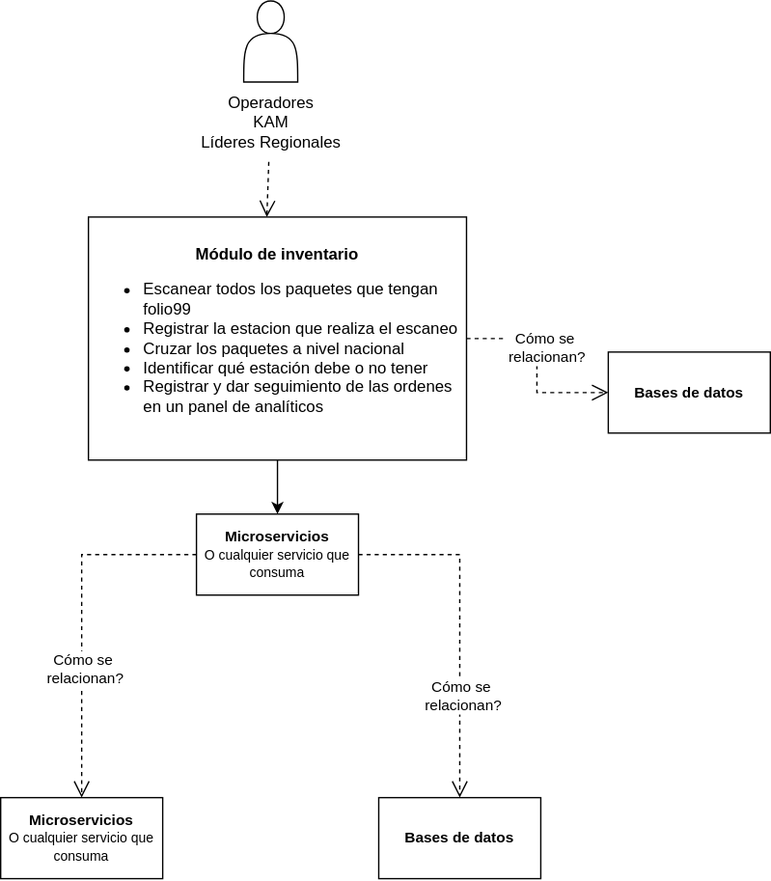
Above: Diagrama C2 Módulo de inventario.drawio.svg in dani99m/Diagramas (draw.io), before the change. Source tidied: cells renumbered, new cells last; positions are measured from the earlier drawing's top-left corner, leaving out a move shared by most shapes.
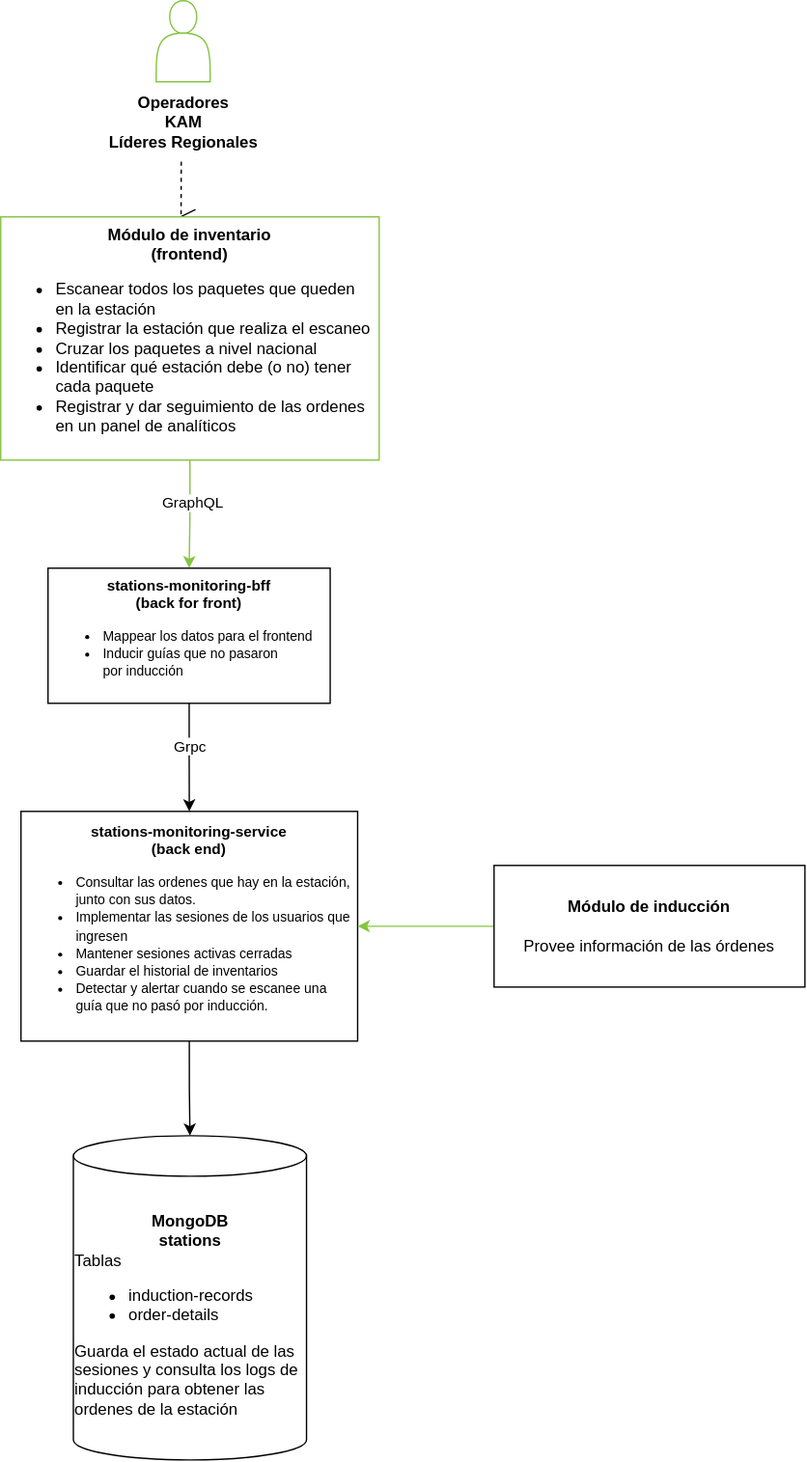
Later version of the same file.

Diff of the diagram source:
```diff
@@ -17,64 +17,44 @@
         <mxPoint x="197" y="160" as="targetPoint" />
       </mxGeometry>
     </mxCell>
-    <mxCell id="5" style="shape=actor;whiteSpace=wrap;html=1;" parent="1" vertex="1">
+    <mxCell id="5" style="shape=actor;whiteSpace=wrap;html=1;strokeColor=#85C440;" parent="1" vertex="1">
       <mxGeometry x="180" width="40" height="60" as="geometry" />
     </mxCell>
-    <mxCell id="6" value="Operadores&lt;br&gt;KAM&lt;br&gt;Líderes Regionales" style="text;html=1;align=center;verticalAlign=middle;points=[];strokeColor=none;fillColor=none;" parent="1" vertex="1">
+    <mxCell id="6" value="&lt;b&gt;Operadores&lt;br&gt;KAM&lt;br&gt;Líderes Regionales&lt;/b&gt;" style="text;html=1;align=center;verticalAlign=middle;points=[];strokeColor=none;fillColor=none;" parent="1" vertex="1">
       <mxGeometry x="135" y="60" width="130" height="60" as="geometry" />
     </mxCell>
-    <mxCell id="7" style="edgeStyle=orthogonalEdgeStyle;rounded=0;jettySize=auto;html=1;" parent="1" edge="1" source="8" target="10">
+    <mxCell id="7" style="edgeStyle=orthogonalEdgeStyle;rounded=0;jettySize=auto;html=1;strokeColor=#85C440;" parent="1" edge="1" source="8" target="10">
       <mxGeometry relative="1" as="geometry" />
     </mxCell>
+    <mxCell id="20" value="GraphQL" style="edgeLabel;html=1;align=center;verticalAlign=middle;" parent="7" vertex="1">
+      <mxGeometry x="-0.21" y="1" relative="1" as="geometry" />
+    </mxCell>
-    <mxCell id="8" value="&lt;font style=&quot;&quot;&gt;&lt;b style=&quot;font-size: 12px;&quot;&gt;Módulo de inventario&lt;/b&gt;&lt;br&gt;&lt;div style=&quot;text-align: left;&quot;&gt;&lt;ul&gt;&lt;li&gt;&lt;span style=&quot;font-size: 12px;&quot;&gt;Escanear todos los paquetes que tengan folio99&lt;/span&gt;&lt;/li&gt;&lt;li&gt;&lt;span style=&quot;font-size: 12px;&quot;&gt;Registrar la estacion que realiza el escaneo&lt;/span&gt;&lt;/li&gt;&lt;li&gt;&lt;span style=&quot;font-size: 12px;&quot;&gt;Cruzar los paquetes a nivel nacional&lt;/span&gt;&lt;/li&gt;&lt;li&gt;&lt;span style=&quot;font-size: 12px;&quot;&gt;Identificar qué estación debe o no tener&lt;/span&gt;&lt;/li&gt;&lt;li&gt;&lt;span style=&quot;font-size: 12px;&quot;&gt;Registrar y dar seguimiento de las ordenes en un panel de analíticos&lt;/span&gt;&lt;/li&gt;&lt;/ul&gt;&lt;/div&gt;&lt;/font&gt;" style="rounded=0;whiteSpace=wrap;html=1;" parent="1" vertex="1">
+    <mxCell id="8" value="&lt;font style=&quot;&quot;&gt;&lt;b style=&quot;font-size: 12px;&quot;&gt;Módulo de inventario &lt;br&gt;(frontend)&lt;/b&gt;&lt;br&gt;&lt;div style=&quot;text-align: left;&quot;&gt;&lt;ul&gt;&lt;li&gt;&lt;span style=&quot;font-size: 12px;&quot;&gt;Escanear todos los paquetes que queden en la estación&lt;/span&gt;&lt;/li&gt;&lt;li&gt;&lt;span style=&quot;font-size: 12px;&quot;&gt;Registrar la estación&amp;nbsp;que realiza el escaneo&lt;/span&gt;&lt;/li&gt;&lt;li&gt;&lt;span style=&quot;font-size: 12px;&quot;&gt;Cruzar los paquetes a nivel nacional&lt;/span&gt;&lt;/li&gt;&lt;li&gt;&lt;span style=&quot;font-size: 12px;&quot;&gt;Identificar qué estación debe (o no) tener cada paquete&lt;/span&gt;&lt;/li&gt;&lt;li&gt;&lt;span style=&quot;font-size: 12px;&quot;&gt;Registrar y dar seguimiento de las ordenes en un panel de analíticos&lt;/span&gt;&lt;/li&gt;&lt;/ul&gt;&lt;/div&gt;&lt;/font&gt;" style="rounded=0;whiteSpace=wrap;html=1;strokeColor=#85C440;" parent="1" vertex="1">
       <mxGeometry x="65" y="160" width="280" height="180" as="geometry" />
     </mxCell>
-    <mxCell id="9" value="&lt;b&gt;Bases de datos&lt;/b&gt;" style="rounded=0;whiteSpace=wrap;html=1;fontSize=11;" parent="1" vertex="1">
-      <mxGeometry x="450" y="260" width="120" height="60" as="geometry" />
-    </mxCell>
+    <mxCell id="21" style="edgeStyle=orthogonalEdgeStyle;rounded=0;jettySize=auto;html=1;entryX=0.5;entryY=0;entryDx=0;entryDy=0;" parent="1" edge="1" source="10" target="24">
+      <mxGeometry relative="1" as="geometry" />
+    </mxCell>
+    <mxCell id="22" value="Grpc" style="edgeLabel;html=1;align=center;verticalAlign=middle;" parent="21" vertex="1">
+      <mxGeometry x="-0.23" relative="1" as="geometry" />
+    </mxCell>
-    <mxCell id="10" value="&lt;b&gt;Microservicios&lt;/b&gt;&lt;br&gt;&lt;font style=&quot;font-size: 10px&quot;&gt;O cualquier servicio que consuma&lt;/font&gt;" style="rounded=0;whiteSpace=wrap;html=1;fontSize=11;" parent="1" vertex="1">
-      <mxGeometry x="145" y="380" width="120" height="60" as="geometry" />
+    <mxCell id="10" value="&lt;font style=&quot;&quot;&gt;&lt;b&gt;stations-monitoring-bff &lt;br&gt;(back for front)&lt;br&gt;&lt;/b&gt;&lt;div style=&quot;text-align: left;&quot;&gt;&lt;ul&gt;&lt;li&gt;&lt;span style=&quot;font-size: 10px;&quot;&gt;Mappear los datos para el frontend&lt;/span&gt;&lt;/li&gt;&lt;li&gt;&lt;span style=&quot;font-size: 10px;&quot;&gt;Inducir guías&amp;nbsp;que no pasaron por&amp;nbsp;inducción&lt;/span&gt;&lt;/li&gt;&lt;/ul&gt;&lt;/div&gt;&lt;/font&gt;" style="rounded=0;whiteSpace=wrap;html=1;fontSize=11;" parent="1" vertex="1">
+      <mxGeometry x="100" y="420" width="208.8" height="100" as="geometry" />
     </mxCell>
-    <mxCell id="11" style="rounded=0;html=1;dashed=1;labelBackgroundColor=none;startFill=0;endArrow=open;endFill=0;endSize=10;fontFamily=Verdana;fontSize=10;edgeStyle=elbowEdgeStyle;entryX=0;entryY=0.5;entryDx=0;entryDy=0;exitX=1;exitY=0.5;exitDx=0;exitDy=0;" parent="1" edge="1" source="8" target="9">
-      <mxGeometry relative="1" as="geometry" />
-    </mxCell>
-    <mxCell id="12" value="Cómo se&lt;br&gt;&amp;nbsp;relacionan?" style="edgeLabel;html=1;align=center;verticalAlign=middle;" parent="11" vertex="1">
-      <mxGeometry x="0.09" y="-2" relative="1" as="geometry">
-        <mxPoint x="7" y="-20" as="offset" />
-      </mxGeometry>
-    </mxCell>
-    <mxCell id="13" style="rounded=0;html=1;dashed=1;labelBackgroundColor=none;startFill=0;endArrow=open;endFill=0;endSize=10;fontFamily=Verdana;fontSize=10;edgeStyle=elbowEdgeStyle;exitX=0;exitY=0.5;exitDx=0;exitDy=0;entryX=0.5;entryY=0;entryDx=0;entryDy=0;" parent="1" edge="1" source="10" target="17">
-      <mxGeometry relative="1" as="geometry">
-        <Array as="points">
-          <mxPoint x="60" y="450" />
-        </Array>
-      </mxGeometry>
-    </mxCell>
-    <mxCell id="14" value="&lt;span style=&quot;color: rgba(0 , 0 , 0 , 0) ; font-family: monospace ; font-size: 0px ; background-color: rgb(248 , 249 , 250)&quot;&gt;%3CmxGraphModel%3E%3Croot%3E%3CmxCell%20id%3D%220%22%2F%3E%3CmxCell%20id%3D%221%22%20parent%3D%220%22%2F%3E%3CmxCell%20id%3D%222%22%20value%3D%22C%C3%B3mo%20se%26lt%3Bbr%26gt%3B%26amp%3Bnbsp%3Brelacionan%3F%22%20style%3D%22edgeLabel%3Bhtml%3D1%3Balign%3Dcenter%3BverticalAlign%3Dmiddle%3Bresizable%3D0%3Bpoints%3D%5B%5D%3B%22%20vertex%3D%221%22%20connectable%3D%220%22%20parent%3D%221%22%3E%3CmxGeometry%20x%3D%22943%22%20y%3D%22372.65758620689667%22%20as%3D%22geometry%22%2F%3E%3C%2FmxCell%3E%3C%2Froot%3E%3C%2FmxGraphModel%3E&lt;/span&gt;&lt;span style=&quot;color: rgba(0 , 0 , 0 , 0) ; font-family: monospace ; font-size: 0px ; background-color: rgb(248 , 249 , 250)&quot;&gt;%3CmxGraphModel%3E%3Croot%3E%3CmxCell%20id%3D%220%22%2F%3E%3CmxCell%20id%3D%221%22%20parent%3D%220%22%2F%3E%3CmxCell%20id%3D%222%22%20value%3D%22C%C3%B3mo%20se%26lt%3Bbr%26gt%3B%26amp%3Bnbsp%3Brelacionan%3F%22%20style%3D%22edgeLabel%3Bhtml%3D1%3Balign%3Dcenter%3BverticalAlign%3Dmiddle%3Bresizable%3D0%3Bpoints%3D%5B%5D%3B%22%20vertex%3D%221%22%20connectable%3D%220%22%20parent%3D%221%22%3E%3CmxGeometry%20x%3D%22943%22%20y%3D%22372.65758620689667%22%20as%3D%22geometry%22%2F%3E%3C%2FmxCell%3E%3C%2Froot%3E%3C%2FmxGraphModel%3ECómo&lt;/span&gt;" style="edgeLabel;html=1;align=center;verticalAlign=middle;" parent="13" vertex="1">
-      <mxGeometry x="-0.19" y="-1" relative="1" as="geometry" />
-    </mxCell>
-    <mxCell id="15" value="Cómo se&lt;br&gt;&amp;nbsp;relacionan?" style="edgeLabel;html=1;align=center;verticalAlign=middle;" parent="13" vertex="1">
-      <mxGeometry x="-0.25" y="-1" relative="1" as="geometry">
-        <mxPoint x="1" y="71" as="offset" />
-      </mxGeometry>
-    </mxCell>
-    <mxCell id="16" value="&lt;b&gt;Bases de datos&lt;/b&gt;" style="rounded=0;whiteSpace=wrap;html=1;fontSize=11;" parent="1" vertex="1">
-      <mxGeometry x="280" y="590" width="120" height="60" as="geometry" />
-    </mxCell>
-    <mxCell id="17" value="&lt;b&gt;Microservicios&lt;/b&gt;&lt;br&gt;&lt;font style=&quot;font-size: 10px&quot;&gt;O cualquier servicio que consuma&lt;/font&gt;" style="rounded=0;whiteSpace=wrap;html=1;fontSize=11;" parent="1" vertex="1">
-      <mxGeometry y="590" width="120" height="60" as="geometry" />
-    </mxCell>
-    <mxCell id="18" style="rounded=0;html=1;dashed=1;labelBackgroundColor=none;startFill=0;endArrow=open;endFill=0;endSize=10;fontFamily=Verdana;fontSize=10;edgeStyle=elbowEdgeStyle;entryX=0.5;entryY=0;entryDx=0;entryDy=0;exitX=1;exitY=0.5;exitDx=0;exitDy=0;" parent="1" edge="1" source="10" target="16">
-      <mxGeometry relative="1" as="geometry">
-        <Array as="points">
-          <mxPoint x="340" y="510" />
-        </Array>
-      </mxGeometry>
-    </mxCell>
-    <mxCell id="19" value="Cómo se&lt;br&gt;&amp;nbsp;relacionan?" style="edgeLabel;html=1;align=center;verticalAlign=middle;" parent="18" vertex="1">
-      <mxGeometry x="0.09" y="-2" relative="1" as="geometry">
-        <mxPoint x="2" y="41" as="offset" />
-      </mxGeometry>
-    </mxCell>
+    <mxCell id="23" style="edgeStyle=orthogonalEdgeStyle;rounded=0;jettySize=auto;html=1;exitX=0.5;exitY=1;exitDx=0;exitDy=0;" parent="1" edge="1" source="24" target="25">
+      <mxGeometry relative="1" as="geometry" />
+    </mxCell>
+    <mxCell id="24" value="&lt;font style=&quot;&quot;&gt;&lt;b&gt;stations-monitoring-service&lt;br&gt;(back end)&lt;br&gt;&lt;/b&gt;&lt;div style=&quot;text-align: left;&quot;&gt;&lt;ul&gt;&lt;li style=&quot;&quot;&gt;&lt;span style=&quot;font-size: 10px;&quot;&gt;Consultar las ordenes que hay en la estación, junto con sus datos.&lt;/span&gt;&lt;/li&gt;&lt;li style=&quot;&quot;&gt;&lt;span style=&quot;font-size: 10px;&quot;&gt;Implementar las sesiones de los usuarios que ingresen&lt;/span&gt;&lt;/li&gt;&lt;li style=&quot;&quot;&gt;&lt;span style=&quot;font-size: 10px;&quot;&gt;Mantener sesiones activas cerradas&lt;/span&gt;&lt;/li&gt;&lt;li style=&quot;&quot;&gt;&lt;span style=&quot;font-size: 10px;&quot;&gt;Guardar el historial de inventarios&lt;/span&gt;&lt;/li&gt;&lt;li style=&quot;&quot;&gt;&lt;span style=&quot;font-size: 10px;&quot;&gt;Detectar y alertar cuando se escanee una guía&amp;nbsp;que no pasó por inducción.&lt;/span&gt;&lt;/li&gt;&lt;/ul&gt;&lt;/div&gt;&lt;/font&gt;" style="rounded=0;whiteSpace=wrap;html=1;fontSize=11;" parent="1" vertex="1">
+      <mxGeometry x="80" y="600" width="249.1" height="170" as="geometry" />
+    </mxCell>
+    <mxCell id="25" value="&lt;b&gt;MongoDB&lt;br&gt;stations&lt;/b&gt;&lt;br&gt;&lt;div style=&quot;text-align: left;&quot;&gt;&lt;span style=&quot;background-color: initial;&quot;&gt;Tablas&lt;/span&gt;&lt;/div&gt;&lt;div style=&quot;text-align: left;&quot;&gt;&lt;ul&gt;&lt;li&gt;&lt;span style=&quot;background-color: initial;&quot;&gt;induction-records&lt;/span&gt;&lt;/li&gt;&lt;li&gt;&lt;span style=&quot;background-color: initial;&quot;&gt;order-details&lt;/span&gt;&lt;/li&gt;&lt;/ul&gt;&lt;div&gt;&lt;div&gt;&lt;span style=&quot;font-size: 12px;&quot;&gt;Guarda el estado actual de las sesiones y c&lt;/span&gt;&lt;span style=&quot;background-color: initial;&quot;&gt;onsulta los logs de &lt;span style=&quot;font-size: 12px;&quot;&gt;inducción&lt;/span&gt;&amp;nbsp;para obtener las ordenes de la &lt;span style=&quot;font-size: 12px;&quot;&gt;estación&lt;/span&gt;&amp;nbsp;&lt;/span&gt;&lt;/div&gt;&lt;/div&gt;&lt;/div&gt;" style="shape=cylinder3;whiteSpace=wrap;html=1;boundedLbl=1;backgroundOutline=1;size=15;" parent="1" vertex="1">
+      <mxGeometry x="118.8" y="840" width="172.5" height="240" as="geometry" />
+    </mxCell>
+    <mxCell id="26" style="edgeStyle=orthogonalEdgeStyle;rounded=0;jettySize=auto;html=1;entryX=1;entryY=0.5;entryDx=0;entryDy=0;strokeColor=#85C440;" parent="1" edge="1" source="27" target="24">
+      <mxGeometry relative="1" as="geometry" />
+    </mxCell>
+    <mxCell id="27" value="&lt;b&gt;Módulo de inducción&lt;br&gt;&lt;/b&gt;&lt;br&gt;Provee información de las órdenes" style="rounded=0;whiteSpace=wrap;html=1;" parent="1" vertex="1">
+      <mxGeometry x="430" y="640" width="230" height="90" as="geometry" />
+    </mxCell>
   </root>
 </mxGraphModel>
```
